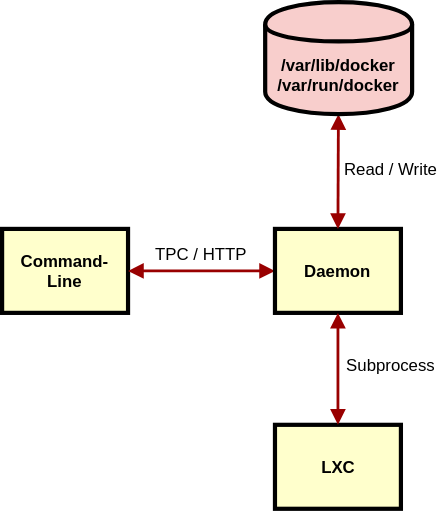
Earlier version of the draw.io export assets/img/docker-work/architecture_2013.svg (CameronLonsdale/CameronLonsdale.github.io). Source tidied: cells renumbered, new cells last; positions are measured from the earlier drawing's top-left corner, leaving out a move shared by most shapes.
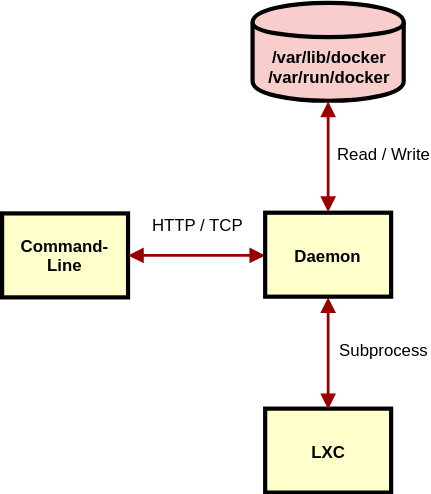
Later version of the same file.

Commit message:
Tidied it up and added more diagrams

Change to the diagram source:
```diff
@@ -3,37 +3,37 @@
     <mxCell id="0" />
     <mxCell id="1" parent="0" />
     <mxCell id="2" value="Command-Line" style="whiteSpace=wrap;align=center;verticalAlign=middle;fontStyle=1;strokeWidth=3;fillColor=#FFFFCC;" parent="1" vertex="1">
-      <mxGeometry y="162" width="90" height="60" as="geometry" />
+      <mxGeometry x="3" y="162" width="90" height="60" as="geometry" />
     </mxCell>
-    <mxCell id="3" style="edgeStyle=none;noEdgeStyle=1;strokeColor=#990000;strokeWidth=2;endArrow=block;endFill=1;startArrow=block;startFill=1;" parent="1" edge="1" source="2" target="5">
+    <mxCell id="3" style="edgeStyle=none;noEdgeStyle=1;strokeColor=#990000;strokeWidth=2;endArrow=block;endFill=1;startArrow=block;startFill=1;entryX=0;entryY=0.5;entryDx=0;entryDy=0;" parent="1" edge="1" source="2" target="5">
       <mxGeometry relative="1" as="geometry" />
     </mxCell>
-    <mxCell id="4" value="TPC / HTTP" style="text;spacingTop=-5;align=center;" parent="1" vertex="1">
-      <mxGeometry x="127.5" y="172" width="30" height="20" as="geometry" />
+    <mxCell id="4" value="HTTP / TCP" style="text;spacingTop=-5;align=center;" parent="1" vertex="1">
+      <mxGeometry x="128" y="162" width="30" height="20" as="geometry" />
     </mxCell>
     <mxCell id="5" value="Daemon" style="whiteSpace=wrap;align=center;verticalAlign=middle;fontStyle=1;strokeWidth=3;fillColor=#FFFFCC;" parent="1" vertex="1">
-      <mxGeometry x="195" y="162" width="90" height="60" as="geometry" />
+      <mxGeometry x="191" y="161.5" width="90" height="60" as="geometry" />
     </mxCell>
     <mxCell id="6" value="LXC" style="whiteSpace=wrap;align=center;verticalAlign=middle;fontStyle=1;strokeWidth=3;fillColor=#FFFFCC;" parent="1" vertex="1">
-      <mxGeometry x="195" y="302" width="90" height="60" as="geometry" />
+      <mxGeometry x="191" y="301.5" width="90" height="60" as="geometry" />
     </mxCell>
-    <mxCell id="7" style="edgeStyle=none;noEdgeStyle=1;strokeColor=#990000;strokeWidth=2;endArrow=block;endFill=1;startArrow=block;startFill=1;exitX=0.5;exitY=0;exitDx=0;exitDy=0;" parent="1" edge="1" source="5" target="11">
-      <mxGeometry relative="1" as="geometry" />
-    </mxCell>
-    <mxCell id="8" style="edgeStyle=none;noEdgeStyle=1;strokeColor=#990000;strokeWidth=2;endArrow=block;endFill=1;startArrow=block;startFill=1;entryX=0.5;entryY=1;entryDx=0;entryDy=0;exitX=0.5;exitY=0;exitDx=0;exitDy=0;" parent="1" edge="1">
-      <mxGeometry relative="1" as="geometry">
-        <mxPoint x="240" y="302" as="sourcePoint" />
-        <mxPoint x="240" y="222" as="targetPoint" />
-      </mxGeometry>
-    </mxCell>
+    <mxCell id="12" style="edgeStyle=none;noEdgeStyle=1;strokeColor=#990000;strokeWidth=2;endArrow=block;endFill=1;startArrow=block;startFill=1;exitX=0.5;exitY=1;exitDx=0;exitDy=0;" parent="1" edge="1">
+      <mxGeometry relative="1" as="geometry">
+        <mxPoint x="236" y="82" as="sourcePoint" />
+        <mxPoint x="236" y="161" as="targetPoint" />
+      </mxGeometry>
+    </mxCell>
+    <mxCell id="11" value="/var/lib/docker&lt;br&gt;/var/run/docker&lt;br&gt;" style="shape=cylinder;whiteSpace=wrap;html=1;boundedLbl=1;backgroundOutline=1;fillColor=#f8cecc;strokeColor=#000000;strokeWidth=3;fontStyle=1;" parent="1" vertex="1">
+      <mxGeometry x="182" y="11.5" width="108" height="70" as="geometry" />
+    </mxCell>
-    <mxCell id="9" value="Read / Write" style="text;spacingTop=-5;align=center;" parent="1" vertex="1">
-      <mxGeometry x="263" y="111" width="30" height="20" as="geometry" />
+    <mxCell id="9" value="Read / Write&#10;&#10;" style="text;spacingTop=-5;align=center;" parent="1" vertex="1">
+      <mxGeometry x="261" y="111.5" width="30" height="20" as="geometry" />
     </mxCell>
+    <mxCell id="13" style="edgeStyle=none;noEdgeStyle=1;strokeColor=#990000;strokeWidth=2;endArrow=block;endFill=1;startArrow=block;startFill=1;entryX=0.5;entryY=0;entryDx=0;entryDy=0;exitX=0.5;exitY=1;exitDx=0;exitDy=0;" parent="1" edge="1" source="5" target="6">
+      <mxGeometry relative="1" as="geometry" />
+    </mxCell>
-    <mxCell id="10" value="Subprocess" style="text;spacingTop=-5;align=center;" parent="1" vertex="1">
-      <mxGeometry x="263" y="251" width="30" height="20" as="geometry" />
+    <mxCell id="10" value="Subprocess&#10;" style="text;spacingTop=-5;align=center;" parent="1" vertex="1">
+      <mxGeometry x="261" y="251.5" width="30" height="20" as="geometry" />
     </mxCell>
-    <mxCell id="11" value="/var/lib/docker&lt;br&gt;/var/run/docker&lt;br&gt;" style="shape=cylinder;whiteSpace=wrap;html=1;boundedLbl=1;backgroundOutline=1;fillColor=#f8cecc;strokeColor=#000000;strokeWidth=3;fontStyle=1;" parent="1" vertex="1">
-      <mxGeometry x="188" width="105" height="80" as="geometry" />
-    </mxCell>
   </root>
 </mxGraphModel>
```
